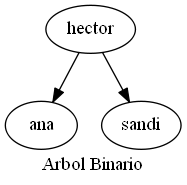
Above: Reportes/Arbol.png in hr9457/EDD_1S2020_PY1_201314296 (Graphviz), before the change. Its source is kept beside it as ArchivosDot/Arbol.dot.
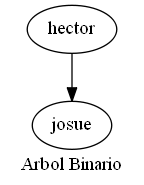
The same file after the commit.

Change to the diagram source:
```diff
@@ -2,9 +2,7 @@
 {
 rankdir=TB;
 nodohector[ label = "hector"];
-nodohector->nodoana
-nodoana[ label = "ana"];
-nodohector->nodosandi
-nodosandi[ label = "sandi"];
+nodohector->nodojosue
+nodojosue[ label = "josue"];
 label = " Arbol Binario "
 }
```
